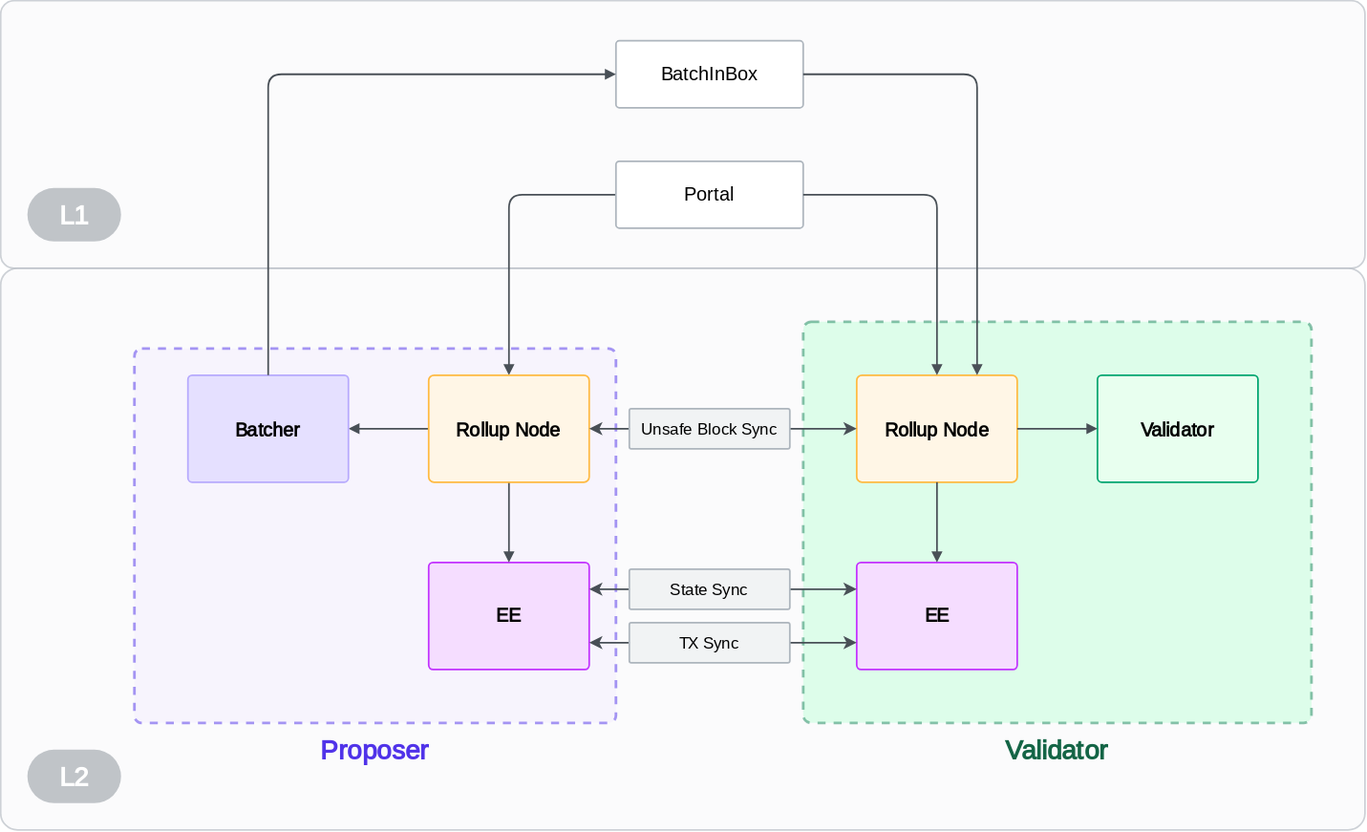
Earlier version of the draw.io export specs/assets/propagation.svg (kroma-network/kroma). Source tidied: cells renumbered, new cells last; positions are measured from the earlier drawing's top-left corner, leaving out a move shared by most shapes.
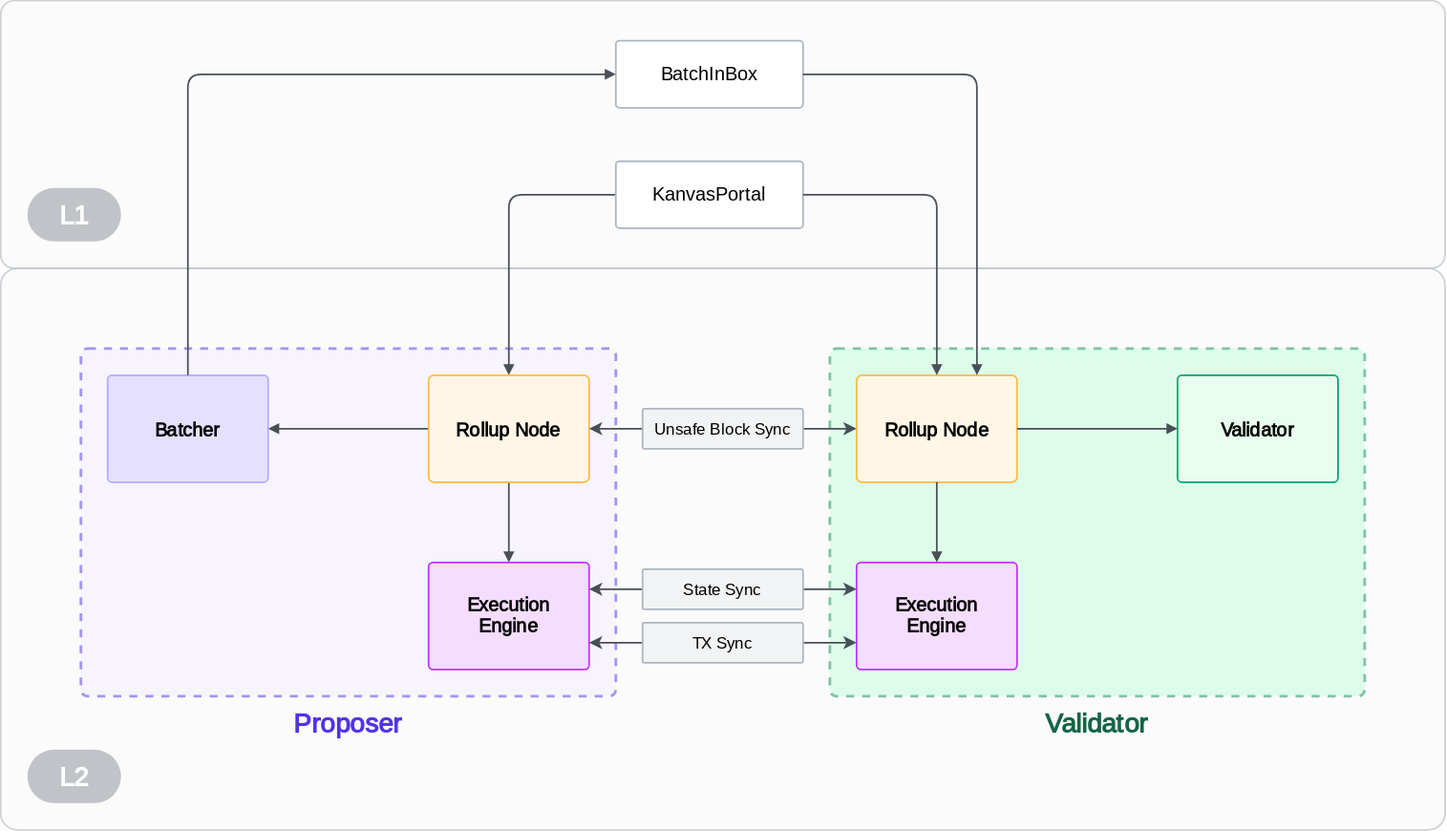
The same diagram one commit later.

Change to the diagram source:
```diff
@@ -3,16 +3,16 @@
     <mxCell id="0" />
     <mxCell id="1" parent="0" />
     <mxCell id="2" style="rounded=1;whiteSpace=wrap;html=1;hachureGap=4;fontFamily=Inter;fontSource=https%3A%2F%2Ffonts.googleapis.com%2Fcss%3Ffamily%3DInter;fontSize=20;fillColor=#F8F9FA;strokeColor=#ADB5BD;arcSize=5;shadow=0;glass=0;opacity=60;strokeWidth=1.25;" parent="1" vertex="1">
-      <mxGeometry width="1020" height="200" as="geometry" />
+      <mxGeometry width="1080" height="200" as="geometry" />
     </mxCell>
     <mxCell id="3" style="rounded=1;whiteSpace=wrap;html=1;hachureGap=4;fontFamily=Inter;fontSource=https%3A%2F%2Ffonts.googleapis.com%2Fcss%3Ffamily%3DInter;fontSize=20;fillColor=#F8F9FA;strokeColor=#ADB5BD;arcSize=3;shadow=0;glass=0;opacity=60;strokeWidth=1.25;" parent="1" vertex="1">
-      <mxGeometry y="200" width="1020" height="420" as="geometry" />
+      <mxGeometry y="200" width="1080" height="420" as="geometry" />
     </mxCell>
     <mxCell id="4" style="rounded=1;whiteSpace=wrap;html=1;hachureGap=4;fontFamily=Inter;fontSource=https%3A%2F%2Ffonts.googleapis.com%2Fcss%3Ffamily%3DInter;fontSize=20;fillColor=#BFFFDA;strokeColor=#1A865D;arcSize=2;shadow=0;glass=0;opacity=50;dashed=1;strokeWidth=2;" parent="1" vertex="1">
-      <mxGeometry x="600" y="240" width="380" height="300" as="geometry" />
+      <mxGeometry x="620" y="260" width="400" height="260" as="geometry" />
     </mxCell>
     <mxCell id="5" style="rounded=1;whiteSpace=wrap;html=1;hachureGap=4;fontFamily=Inter;fontSource=https%3A%2F%2Ffonts.googleapis.com%2Fcss%3Ffamily%3DInter;fontSize=20;fillColor=#F3EEFF;strokeColor=#5033E9;arcSize=2;shadow=0;glass=0;opacity=50;dashed=1;strokeWidth=2;" parent="1" vertex="1">
-      <mxGeometry x="100" y="260" width="360" height="280" as="geometry" />
+      <mxGeometry x="60" y="260" width="400" height="260" as="geometry" />
     </mxCell>
     <mxCell id="6" value="&lt;p style=&quot;line-height: 100%; font-size: 20px;&quot;&gt;L2&lt;br style=&quot;font-size: 20px;&quot;&gt;&lt;/p&gt;" style="rounded=1;whiteSpace=wrap;html=1;fontSize=14;fontFamily=Inter;fillColor=#868E96;strokeColor=none;hachureGap=4;fontSource=https%3A%2F%2Ffonts.googleapis.com%2Fcss%3Ffamily%3DInter;arcSize=50;shadow=0;glass=0;spacing=0;strokeWidth=1.25;spacingTop=0;fontStyle=1;fontColor=#FFFFFF;opacity=50;" parent="1" vertex="1">
       <mxGeometry x="20" y="560" width="70" height="40" as="geometry" />
@@ -23,16 +23,16 @@
     <mxCell id="8" style="edgeStyle=orthogonalEdgeStyle;rounded=1;jettySize=auto;html=1;endArrow=block;fontSize=16;fontFamily=Inter;strokeColor=#495057;hachureGap=4;fontSource=https%3A%2F%2Ffonts.googleapis.com%2Fcss%3Ffamily%3DInter;sourcePerimeterSpacing=0;targetPerimeterSpacing=0;strokeWidth=1.25;endFill=1;endSize=5;startSize=5;startArrow=none;startFill=0;exitX=0;exitY=0.5;exitDx=0;exitDy=0;" parent="1" edge="1" source="9" target="15">
       <mxGeometry relative="1" as="geometry" />
     </mxCell>
-    <mxCell id="9" value="&lt;font style=&quot;font-size: 14px;&quot;&gt;Portal&lt;br style=&quot;font-size: 14px;&quot;&gt;&lt;/font&gt;" style="rounded=1;whiteSpace=wrap;html=1;fontSize=14;fontFamily=Inter;fillColor=#FFFFFF;strokeColor=#ADB5BD;hachureGap=4;fontSource=https%3A%2F%2Ffonts.googleapis.com%2Fcss%3Ffamily%3DInter;arcSize=5;shadow=0;glass=0;spacing=0;strokeWidth=1.25;spacingTop=0;" parent="1" vertex="1">
+    <mxCell id="9" value="&lt;font style=&quot;font-size: 14px;&quot;&gt;KanvasPortal&lt;br style=&quot;font-size: 14px;&quot;&gt;&lt;/font&gt;" style="rounded=1;whiteSpace=wrap;html=1;fontSize=14;fontFamily=Inter;fillColor=#FFFFFF;strokeColor=#ADB5BD;hachureGap=4;fontSource=https%3A%2F%2Ffonts.googleapis.com%2Fcss%3Ffamily%3DInter;arcSize=5;shadow=0;glass=0;spacing=0;strokeWidth=1.25;spacingTop=0;" parent="1" vertex="1">
       <mxGeometry x="460" y="120" width="140" height="50" as="geometry" />
     </mxCell>
     <mxCell id="10" value="&lt;font style=&quot;font-size: 14px;&quot;&gt;BatchInBox&lt;br style=&quot;font-size: 14px;&quot;&gt;&lt;/font&gt;" style="rounded=1;whiteSpace=wrap;html=1;fontSize=14;fontFamily=Inter;fillColor=#FFFFFF;strokeColor=#ADB5BD;hachureGap=4;fontSource=https%3A%2F%2Ffonts.googleapis.com%2Fcss%3Ffamily%3DInter;arcSize=5;shadow=0;glass=0;spacing=0;strokeWidth=1.25;spacingTop=0;" parent="1" vertex="1">
       <mxGeometry x="460" y="30" width="140" height="50" as="geometry" />
     </mxCell>
     <mxCell id="11" value="&lt;p style=&quot;line-height: 100%; font-size: 14px;&quot;&gt;&lt;b style=&quot;border-color: var(--border-color); font-size: 14px;&quot;&gt;&lt;font style=&quot;border-color: var(--border-color); font-size: 14px;&quot;&gt;Validator&lt;/font&gt;&lt;/b&gt;&lt;br style=&quot;font-size: 14px;&quot;&gt;&lt;/p&gt;" style="rounded=1;whiteSpace=wrap;html=1;fontSize=14;fontFamily=Inter;fillColor=#E8FFEF;strokeColor=#00A570;hachureGap=4;fontSource=https%3A%2F%2Ffonts.googleapis.com%2Fcss%3Ffamily%3DInter;arcSize=4;shadow=0;glass=0;spacing=0;strokeWidth=1.25;spacingTop=0;spacingLeft=10;spacingRight=10;fontStyle=1;" parent="1" vertex="1">
-      <mxGeometry x="820" y="280" width="120" height="80" as="geometry" />
+      <mxGeometry x="880" y="280" width="120" height="80" as="geometry" />
     </mxCell>
-    <mxCell id="12" value="&lt;p style=&quot;line-height: 110%; font-size: 14px;&quot;&gt;EE&lt;/p&gt;" style="rounded=1;whiteSpace=wrap;html=1;fontSize=14;fontFamily=Inter;fillColor=#F5DDFF;strokeColor=#C231FF;hachureGap=4;fontSource=https%3A%2F%2Ffonts.googleapis.com%2Fcss%3Ffamily%3DInter;arcSize=4;shadow=0;glass=0;spacing=0;strokeWidth=1.25;spacingTop=0;spacingLeft=10;spacingRight=10;fontStyle=1;" parent="1" vertex="1">
+    <mxCell id="12" value="&lt;p style=&quot;line-height: 110%; font-size: 14px;&quot;&gt;Execution&lt;br&gt;&lt;span style=&quot;background-color: initial;&quot;&gt;Engine&lt;/span&gt;&lt;/p&gt;" style="rounded=1;whiteSpace=wrap;html=1;fontSize=14;fontFamily=Inter;fillColor=#F5DDFF;strokeColor=#C231FF;hachureGap=4;fontSource=https%3A%2F%2Ffonts.googleapis.com%2Fcss%3Ffamily%3DInter;arcSize=4;shadow=0;glass=0;spacing=0;strokeWidth=1.25;spacingTop=0;spacingLeft=10;spacingRight=10;fontStyle=1;" parent="1" vertex="1">
       <mxGeometry x="320" y="420" width="120" height="80" as="geometry" />
     </mxCell>
     <mxCell id="13" style="edgeStyle=orthogonalEdgeStyle;rounded=1;jettySize=auto;html=1;endArrow=block;fontSize=16;fontFamily=Inter;strokeColor=#495057;hachureGap=4;fontSource=https%3A%2F%2Ffonts.googleapis.com%2Fcss%3Ffamily%3DInter;sourcePerimeterSpacing=0;targetPerimeterSpacing=0;strokeWidth=1.25;endFill=1;endSize=5;startSize=5;startArrow=none;startFill=0;" parent="1" edge="1" source="15" target="16">
@@ -45,18 +45,18 @@
       <mxGeometry x="320" y="280" width="120" height="80" as="geometry" />
     </mxCell>
     <mxCell id="16" value="&lt;p style=&quot;line-height: 100%; font-size: 14px;&quot;&gt;Batcher&lt;br style=&quot;font-size: 14px;&quot;&gt;&lt;/p&gt;" style="rounded=1;whiteSpace=wrap;html=1;fontSize=14;fontFamily=Inter;fillColor=#E5E0FF;strokeColor=#B7AAFD;hachureGap=4;fontSource=https%3A%2F%2Ffonts.googleapis.com%2Fcss%3Ffamily%3DInter;arcSize=4;shadow=0;glass=0;spacing=0;strokeWidth=1.25;spacingTop=0;spacingLeft=10;spacingRight=10;fontStyle=1;" parent="1" vertex="1">
-      <mxGeometry x="140" y="280" width="120" height="80" as="geometry" />
+      <mxGeometry x="80" y="280" width="120" height="80" as="geometry" />
     </mxCell>
     <mxCell id="17" value="Proposer" style="text;whiteSpace=wrap;fontSize=20;fontFamily=Inter;fontColor=#5033E9;align=center;fontStyle=1;html=1;spacing=2;verticalAlign=middle;" parent="1" vertex="1">
-      <mxGeometry x="225" y="540" width="110" height="40" as="geometry" />
+      <mxGeometry x="205" y="520" width="110" height="40" as="geometry" />
     </mxCell>
     <mxCell id="18" value="Validator" style="text;whiteSpace=wrap;fontSize=20;fontFamily=Inter;fontColor=#146546;align=center;fontStyle=1;html=1;spacing=2;verticalAlign=middle;" parent="1" vertex="1">
-      <mxGeometry x="735" y="540" width="110" height="40" as="geometry" />
+      <mxGeometry x="765" y="520" width="110" height="40" as="geometry" />
     </mxCell>
     <mxCell id="19" value="&lt;p style=&quot;line-height: 100%; font-size: 14px;&quot;&gt;Rollup&amp;nbsp;Node&lt;br style=&quot;font-size: 14px;&quot;&gt;&lt;/p&gt;" style="rounded=1;whiteSpace=wrap;html=1;fontSize=12;fontFamily=Inter;fillColor=#FFF6E6;strokeColor=#FFBA42;hachureGap=4;fontSource=https%3A%2F%2Ffonts.googleapis.com%2Fcss%3Ffamily%3DInter;arcSize=5;shadow=0;glass=0;spacing=0;strokeWidth=1.25;spacingTop=0;spacingLeft=10;spacingRight=10;fontStyle=1;" parent="1" vertex="1">
       <mxGeometry x="640" y="280" width="120" height="80" as="geometry" />
     </mxCell>
-    <mxCell id="20" value="&lt;p style=&quot;line-height: 110%; font-size: 14px;&quot;&gt;EE&lt;/p&gt;" style="rounded=1;whiteSpace=wrap;html=1;fontSize=14;fontFamily=Inter;fillColor=#F5DDFF;strokeColor=#C231FF;hachureGap=4;fontSource=https%3A%2F%2Ffonts.googleapis.com%2Fcss%3Ffamily%3DInter;arcSize=4;shadow=0;glass=0;spacing=0;strokeWidth=1.25;spacingTop=0;spacingLeft=10;spacingRight=10;fontStyle=1;" parent="1" vertex="1">
+    <mxCell id="20" value="&lt;p style=&quot;line-height: 110%; font-size: 14px;&quot;&gt;Execution&lt;br&gt;Engine&lt;/p&gt;" style="rounded=1;whiteSpace=wrap;html=1;fontSize=14;fontFamily=Inter;fillColor=#F5DDFF;strokeColor=#C231FF;hachureGap=4;fontSource=https%3A%2F%2Ffonts.googleapis.com%2Fcss%3Ffamily%3DInter;arcSize=4;shadow=0;glass=0;spacing=0;strokeWidth=1.25;spacingTop=0;spacingLeft=10;spacingRight=10;fontStyle=1;" parent="1" vertex="1">
       <mxGeometry x="640" y="420" width="120" height="80" as="geometry" />
     </mxCell>
     <mxCell id="21" style="edgeStyle=none;shape=connector;rounded=1;hachureGap=4;jumpStyle=arc;jumpSize=0;jettySize=auto;html=1;entryX=0;entryY=0.5;entryDx=0;entryDy=0;labelBackgroundColor=default;strokeColor=#495057;strokeWidth=1.25;fontFamily=Inter;fontSource=https%3A%2F%2Ffonts.googleapis.com%2Fcss%3Ffamily%3DInter;fontSize=16;fontColor=default;startArrow=none;startFill=0;endArrow=block;endFill=1;startSize=5;endSize=5;sourcePerimeterSpacing=0;targetPerimeterSpacing=0;exitX=1;exitY=0.5;exitDx=0;exitDy=0;" parent="1" edge="1" source="19" target="11">
@@ -84,13 +84,13 @@
       <mxGeometry relative="1" as="geometry" />
     </mxCell>
     <mxCell id="29" value="&lt;p style=&quot;line-height: 100%; font-size: 12px;&quot;&gt;Unsafe Block Sync&lt;br&gt;&lt;/p&gt;" style="rounded=1;whiteSpace=wrap;html=1;fontSize=12;fontFamily=Inter;fillColor=#F1F3F4;strokeColor=#ADB5BD;hachureGap=4;fontSource=https%3A%2F%2Ffonts.googleapis.com%2Fcss%3Ffamily%3DInter;arcSize=5;shadow=0;glass=0;spacing=0;strokeWidth=1.25;spacingTop=0;" parent="1" vertex="1">
-      <mxGeometry x="470" y="305" width="120" height="30" as="geometry" />
+      <mxGeometry x="480" y="305" width="120" height="30" as="geometry" />
     </mxCell>
     <mxCell id="30" value="&lt;p style=&quot;line-height: 100%; font-size: 12px;&quot;&gt;State Sync&lt;br&gt;&lt;/p&gt;" style="rounded=1;whiteSpace=wrap;html=1;fontSize=12;fontFamily=Inter;fillColor=#F1F3F4;strokeColor=#ADB5BD;hachureGap=4;fontSource=https%3A%2F%2Ffonts.googleapis.com%2Fcss%3Ffamily%3DInter;arcSize=5;shadow=0;glass=0;spacing=0;strokeWidth=1.25;spacingTop=0;" parent="1" vertex="1">
-      <mxGeometry x="470" y="425" width="120" height="30" as="geometry" />
+      <mxGeometry x="480" y="425" width="120" height="30" as="geometry" />
     </mxCell>
     <mxCell id="31" value="&lt;p style=&quot;line-height: 100%; font-size: 12px;&quot;&gt;TX Sync&lt;br&gt;&lt;/p&gt;" style="rounded=1;whiteSpace=wrap;html=1;fontSize=12;fontFamily=Inter;fillColor=#F1F3F4;strokeColor=#ADB5BD;hachureGap=4;fontSource=https%3A%2F%2Ffonts.googleapis.com%2Fcss%3Ffamily%3DInter;arcSize=5;shadow=0;glass=0;spacing=0;strokeWidth=1.25;spacingTop=0;" parent="1" vertex="1">
-      <mxGeometry x="470" y="465" width="120" height="30" as="geometry" />
+      <mxGeometry x="480" y="465" width="120" height="30" as="geometry" />
     </mxCell>
   </root>
 </mxGraphModel>
```
